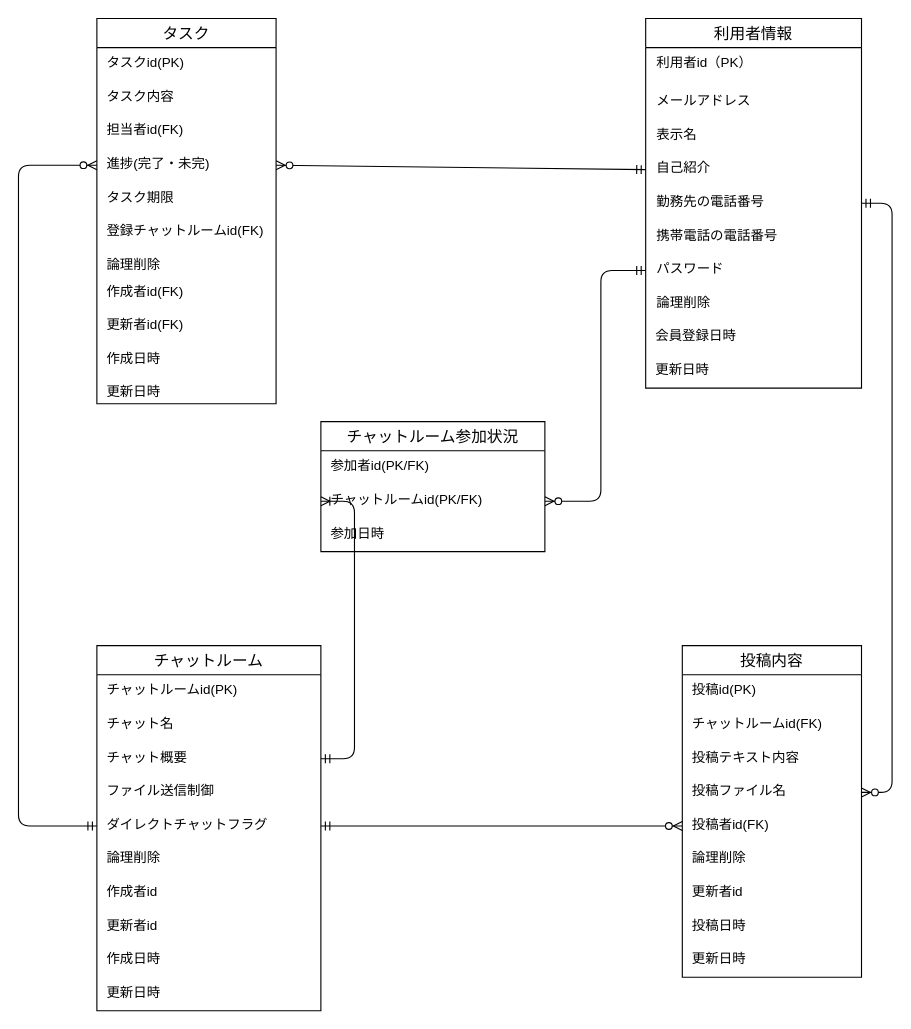
Earlier version of the draw.io diagram db/db-challenge1/チャットルームER図.drawio (ytaka0407/quelcode-db). Source tidied: cells renumbered, new cells numbered last; positions are measured from the earlier drawing's top-left corner, leaving out a move shared by most shapes. Both pictures are drawn from the tidied source at 112%, with x=0, y=0 at pixel (18, 18).
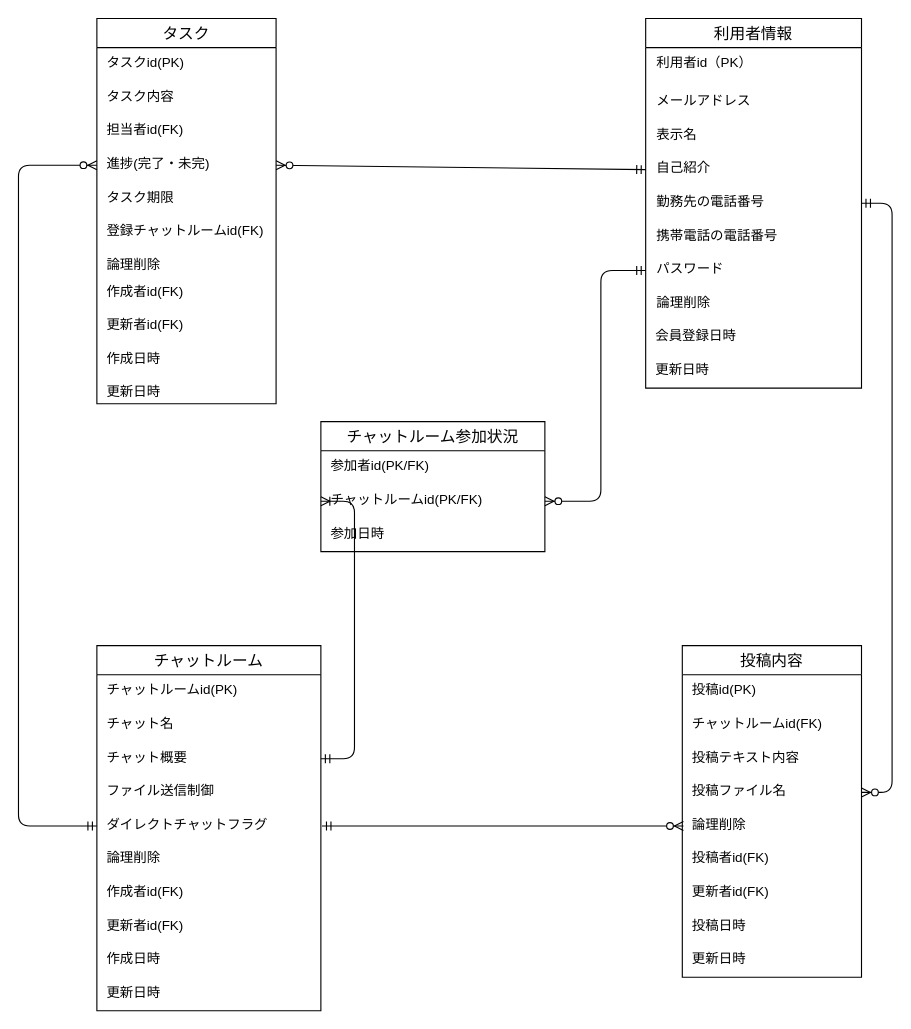
The same diagram, later.

Commit message:
各テーブルで不足していたFK表記を追記。投稿内容の投稿者idカラムを下部に移動

Unchanged cells that the change refers to:
```xml
<mxCell id="31" value="チャットルーム" style="swimlane;fontStyle=0;horizontal=1;startSize=26;align=center;fontSize=14;" parent="1" vertex="1">
  <mxGeometry x="70" y="560" width="200" height="326" as="geometry" />
</mxCell>
<mxCell id="36" value="ダイレクトチャットフラグ" style="text;strokeColor=none;fillColor=none;spacingLeft=7;spacingRight=4;overflow=hidden;points=[[0,0.5],[1,0.5]];portConstraint=eastwest;fontSize=12;" parent="31" vertex="1">
  <mxGeometry y="146" width="200" height="30" as="geometry" />
</mxCell>
<mxCell id="42" value="投稿内容" style="swimlane;fontStyle=0;horizontal=1;startSize=26;align=center;fontSize=14;" parent="1" vertex="1">
  <mxGeometry x="592.7" y="560" width="160" height="296" as="geometry" />
</mxCell>
```

The edit, as a diff of the source:
```diff
@@
-    <mxCell id="4" style="fontSize=12;html=1;endArrow=ERzeroToMany;startArrow=ERmandOne;exitX=1;exitY=0.5;exitDx=0;exitDy=0;entryX=0;entryY=0.5;entryDx=0;entryDy=0;" parent="1" edge="1" source="36" target="47">
-      <mxGeometry relative="1" as="geometry" />
+    <mxCell id="4" style="fontSize=12;html=1;endArrow=ERzeroToMany;startArrow=ERmandOne;exitX=1;exitY=0.5;exitDx=0;exitDy=0;entryX=0;entryY=0.5;entryDx=0;entryDy=0;" parent="1" edge="1">
+      <mxGeometry relative="1" as="geometry">
+        <mxPoint x="271" y="721" as="sourcePoint" />
+        <mxPoint x="593.7" y="721" as="targetPoint" />
+      </mxGeometry>
     </mxCell>
@@
-    <mxCell id="38" value="作成者id" style="text;strokeColor=none;fillColor=none;spacingLeft=7;spacingRight=4;overflow=hidden;fontSize=12;" parent="31" vertex="1">
+    <mxCell id="38" value="作成者id(FK)" style="text;strokeColor=none;fillColor=none;spacingLeft=7;spacingRight=4;overflow=hidden;fontSize=12;" parent="31" vertex="1">
       <mxGeometry y="206" width="200" height="30" as="geometry" />
     </mxCell>
-    <mxCell id="39" value="更新者id" style="text;strokeColor=none;fillColor=none;spacingLeft=7;spacingRight=4;overflow=hidden;fontSize=12;" parent="31" vertex="1">
+    <mxCell id="39" value="更新者id(FK)" style="text;strokeColor=none;fillColor=none;spacingLeft=7;spacingRight=4;overflow=hidden;fontSize=12;" parent="31" vertex="1">
       <mxGeometry y="236" width="200" height="30" as="geometry" />
     </mxCell>
@@
+    <mxCell id="48" value="論理削除" style="text;strokeColor=none;fillColor=none;spacingLeft=7;spacingRight=4;overflow=hidden;fontSize=12;" parent="42" vertex="1">
+      <mxGeometry y="146" width="160" height="30" as="geometry" />
+    </mxCell>
     <mxCell id="47" value="投稿者id(FK)" style="text;strokeColor=none;fillColor=none;spacingLeft=7;spacingRight=4;overflow=hidden;points=[[0,0.5],[1,0.5]];portConstraint=eastwest;fontSize=12;" parent="42" vertex="1">
-      <mxGeometry y="146" width="160" height="30" as="geometry" />
+      <mxGeometry y="176" width="160" height="30" as="geometry" />
     </mxCell>
-    <mxCell id="48" value="論理削除" style="text;strokeColor=none;fillColor=none;spacingLeft=7;spacingRight=4;overflow=hidden;fontSize=12;" parent="42" vertex="1">
-      <mxGeometry y="176" width="160" height="30" as="geometry" />
-    </mxCell>
-    <mxCell id="49" value="更新者id" style="text;strokeColor=none;fillColor=none;spacingLeft=7;spacingRight=4;overflow=hidden;fontSize=12;" parent="42" vertex="1">
+    <mxCell id="49" value="更新者id(FK)" style="text;strokeColor=none;fillColor=none;spacingLeft=7;spacingRight=4;overflow=hidden;fontSize=12;" parent="42" vertex="1">
       <mxGeometry y="206" width="160" height="30" as="geometry" />
     </mxCell>
```
